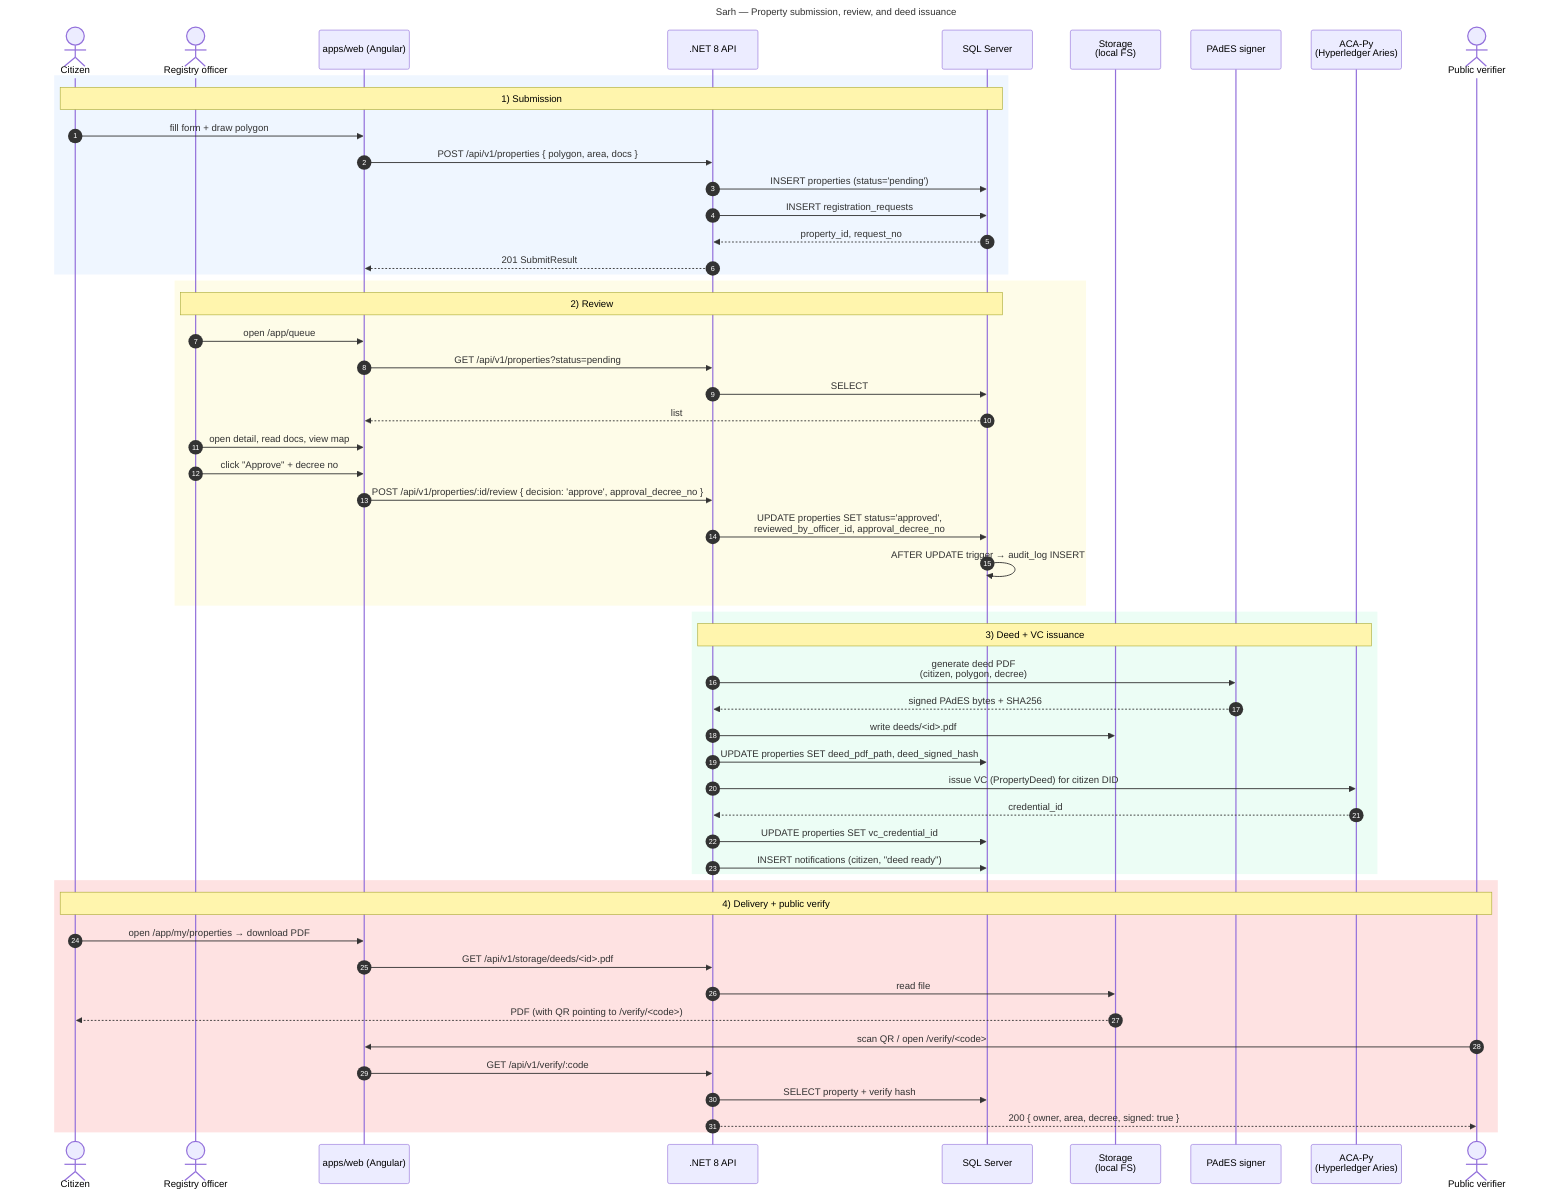
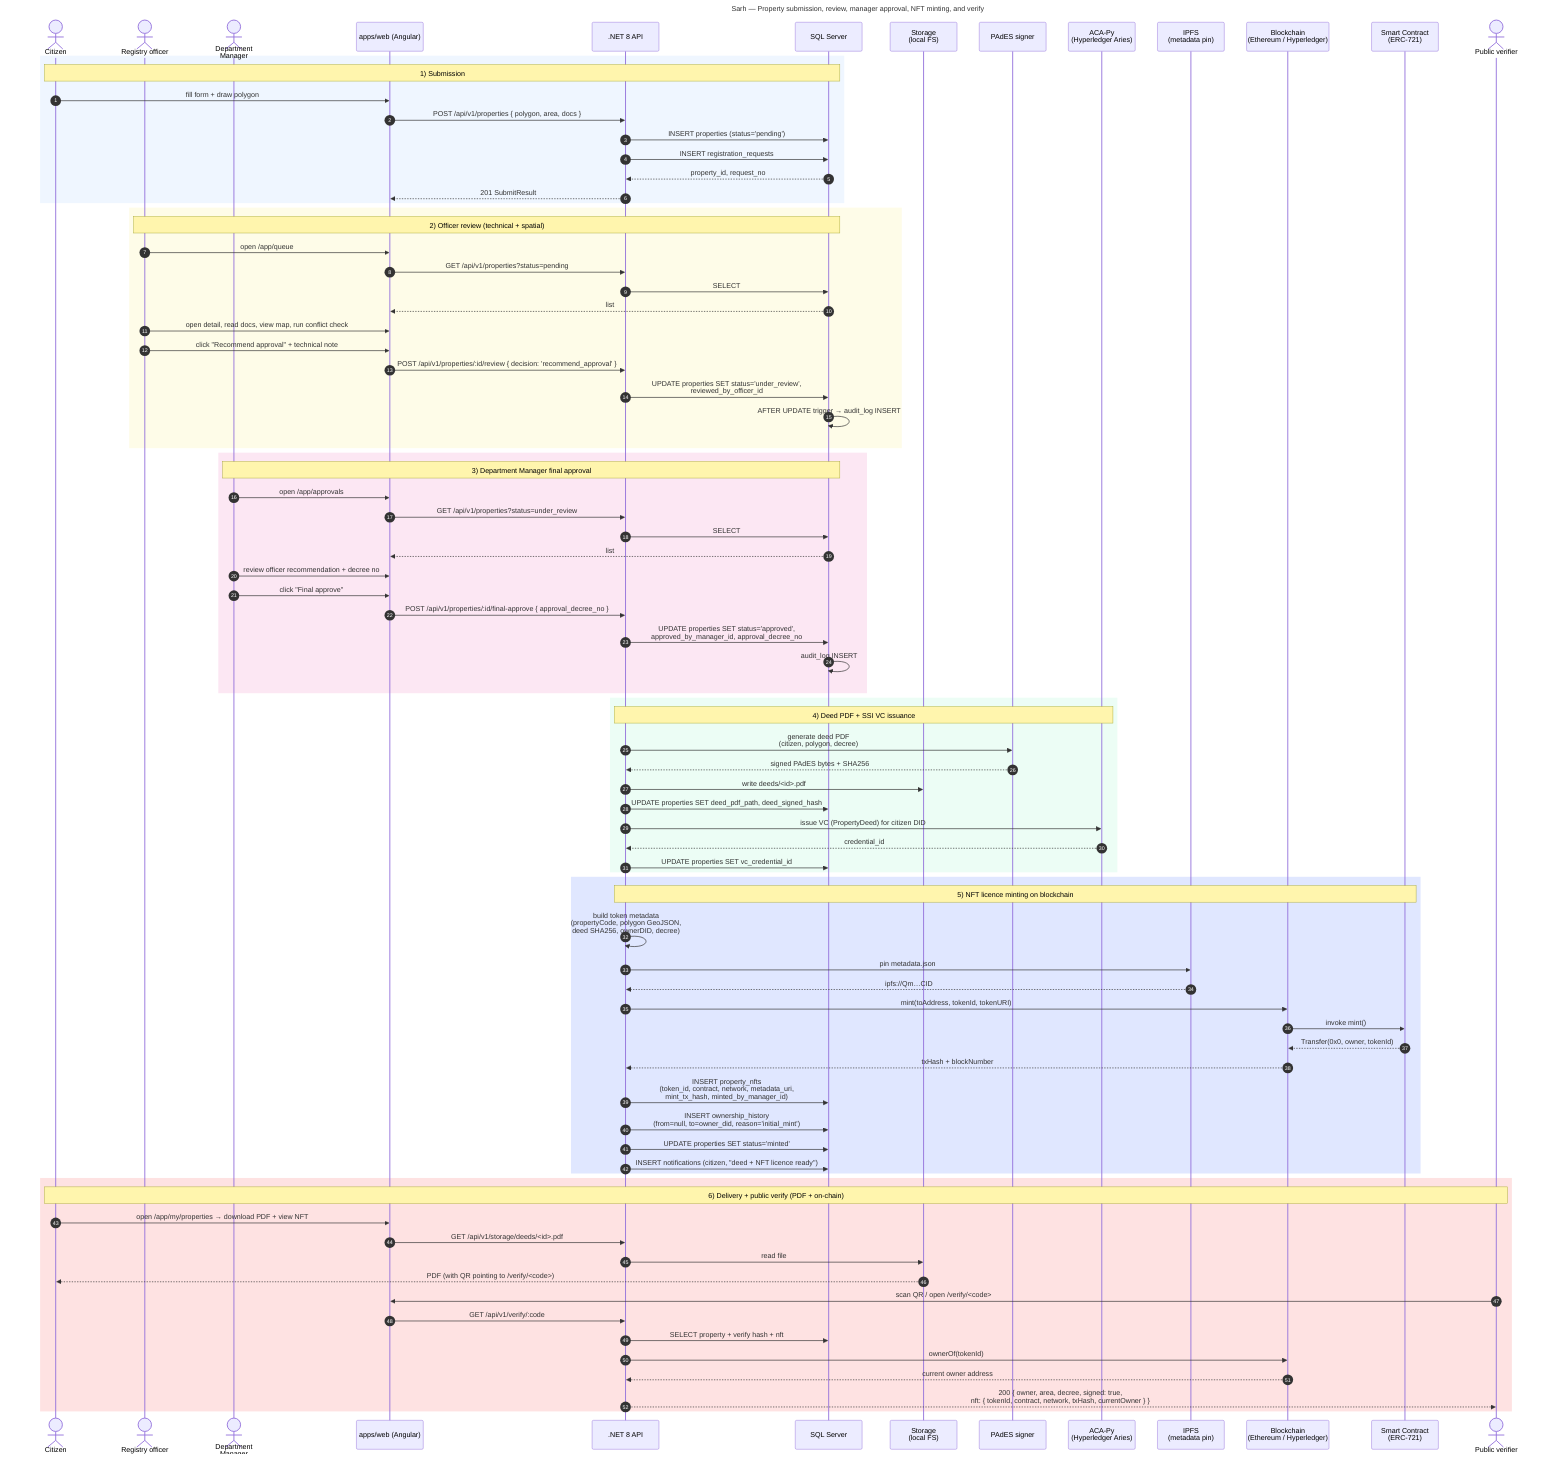
---
- title: Sarh — Property submission, review, and deed issuance
+ title: Sarh — Property submission, review, manager approval, NFT minting, and verify
---
sequenceDiagram
    autonumber
    actor C as Citizen
    actor O as Registry officer
+     actor M as Department<br/>Manager
    participant W as apps/web (Angular)
    participant API as .NET 8 API
    participant DB as SQL Server
    participant FS as Storage<br/>(local FS)
    participant PDF as PAdES signer
    participant SSI as ACA-Py<br/>(Hyperledger Aries)
+     participant IPFS as IPFS<br/>(metadata pin)
+     participant BC as Blockchain<br/>(Ethereum / Hyperledger)
+     participant SC as Smart Contract<br/>(ERC-721)
    actor V as Public verifier

    rect rgb(239, 246, 255)
    Note over C,DB: 1) Submission
    C->>W: fill form + draw polygon
    W->>API: POST /api/v1/properties { polygon, area, docs }
    API->>DB: INSERT properties (status='pending')
    API->>DB: INSERT registration_requests
    DB-->>API: property_id, request_no
    API-->>W: 201 SubmitResult
    end

    rect rgb(254, 252, 232)
-     Note over O,DB: 2) Review
+     Note over O,DB: 2) Officer review (technical + spatial)
    O->>W: open /app/queue
    W->>API: GET /api/v1/properties?status=pending
    API->>DB: SELECT
    DB-->>W: list
-     O->>W: open detail, read docs, view map
-     O->>W: click "Approve" + decree no
-     W->>API: POST /api/v1/properties/:id/review { decision: 'approve', approval_decree_no }
-     API->>DB: UPDATE properties SET status='approved',<br/>reviewed_by_officer_id, approval_decree_no
+     O->>W: open detail, read docs, view map, run conflict check
+     O->>W: click "Recommend approval" + technical note
+     W->>API: POST /api/v1/properties/:id/review { decision: 'recommend_approval' }
+     API->>DB: UPDATE properties SET status='under_review',<br/>reviewed_by_officer_id
    DB->>DB: AFTER UPDATE trigger → audit_log INSERT
    end

+     rect rgb(252, 231, 243)
+     Note over M,DB: 3) Department Manager final approval
+     M->>W: open /app/approvals
+     W->>API: GET /api/v1/properties?status=under_review
+     API->>DB: SELECT
+     DB-->>W: list
+     M->>W: review officer recommendation + decree no
+     M->>W: click "Final approve"
+     W->>API: POST /api/v1/properties/:id/final-approve { approval_decree_no }
+     API->>DB: UPDATE properties SET status='approved',<br/>approved_by_manager_id, approval_decree_no
+     DB->>DB: audit_log INSERT
+     end
+ 
    rect rgb(236, 253, 245)
-     Note over API,SSI: 3) Deed + VC issuance
+     Note over API,SSI: 4) Deed PDF + SSI VC issuance
    API->>PDF: generate deed PDF<br/>(citizen, polygon, decree)
    PDF-->>API: signed PAdES bytes + SHA256
    API->>FS: write deeds/<id>.pdf
    API->>DB: UPDATE properties SET deed_pdf_path, deed_signed_hash
    API->>SSI: issue VC (PropertyDeed) for citizen DID
    SSI-->>API: credential_id
    API->>DB: UPDATE properties SET vc_credential_id
-     API->>DB: INSERT notifications (citizen, "deed ready")
+     end
+ 
+     rect rgb(224, 231, 255)
+     Note over API,SC: 5) NFT licence minting on blockchain
+     API->>API: build token metadata<br/>(propertyCode, polygon GeoJSON,<br/>deed SHA256, ownerDID, decree)
+     API->>IPFS: pin metadata.json
+     IPFS-->>API: ipfs://Qm…CID
+     API->>BC: mint(toAddress, tokenId, tokenURI)
+     BC->>SC: invoke mint()
+     SC-->>BC: Transfer(0x0, owner, tokenId)
+     BC-->>API: txHash + blockNumber
+     API->>DB: INSERT property_nfts<br/>(token_id, contract, network, metadata_uri,<br/>mint_tx_hash, minted_by_manager_id)
+     API->>DB: INSERT ownership_history<br/>(from=null, to=owner_did, reason='initial_mint')
+     API->>DB: UPDATE properties SET status='minted'
+     API->>DB: INSERT notifications (citizen, "deed + NFT licence ready")
    end

    rect rgb(254, 226, 226)
-     Note over C,V: 4) Delivery + public verify
-     C->>W: open /app/my/properties → download PDF
+     Note over C,V: 6) Delivery + public verify (PDF + on-chain)
+     C->>W: open /app/my/properties → download PDF + view NFT
    W->>API: GET /api/v1/storage/deeds/<id>.pdf
    API->>FS: read file
    FS-->>C: PDF (with QR pointing to /verify/<code>)

    V->>W: scan QR / open /verify/<code>
    W->>API: GET /api/v1/verify/:code
-     API->>DB: SELECT property + verify hash
-     API-->>V: 200 { owner, area, decree, signed: true }
+     API->>DB: SELECT property + verify hash + nft
+     API->>BC: ownerOf(tokenId)
+     BC-->>API: current owner address
+     API-->>V: 200 { owner, area, decree, signed: true,<br/>nft: { tokenId, contract, network, txHash, currentOwner } }
    end
